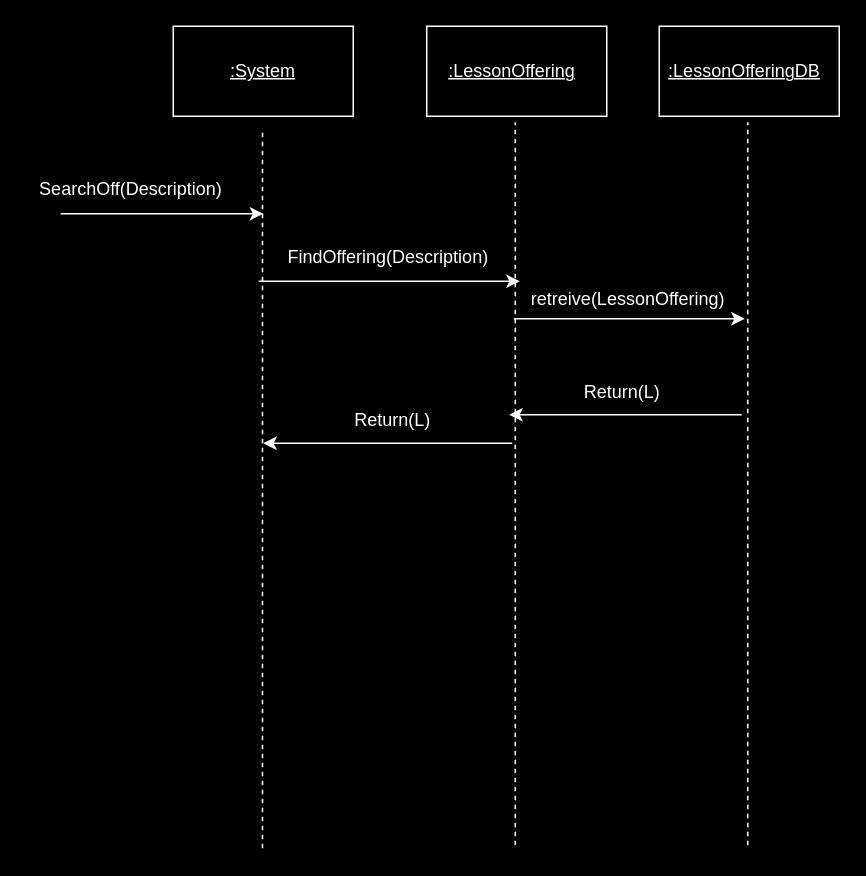
Above: ss_SearchOffering.drawio in matdavid7272/342project (draw.io), before the change. Source tidied: cells renumbered, new cells numbered last; positions are measured from the earlier drawing's top-left corner, leaving out a move shared by most shapes. Both pictures are drawn from the tidied source at 150%, with x=0, y=0 at pixel (26, 26).
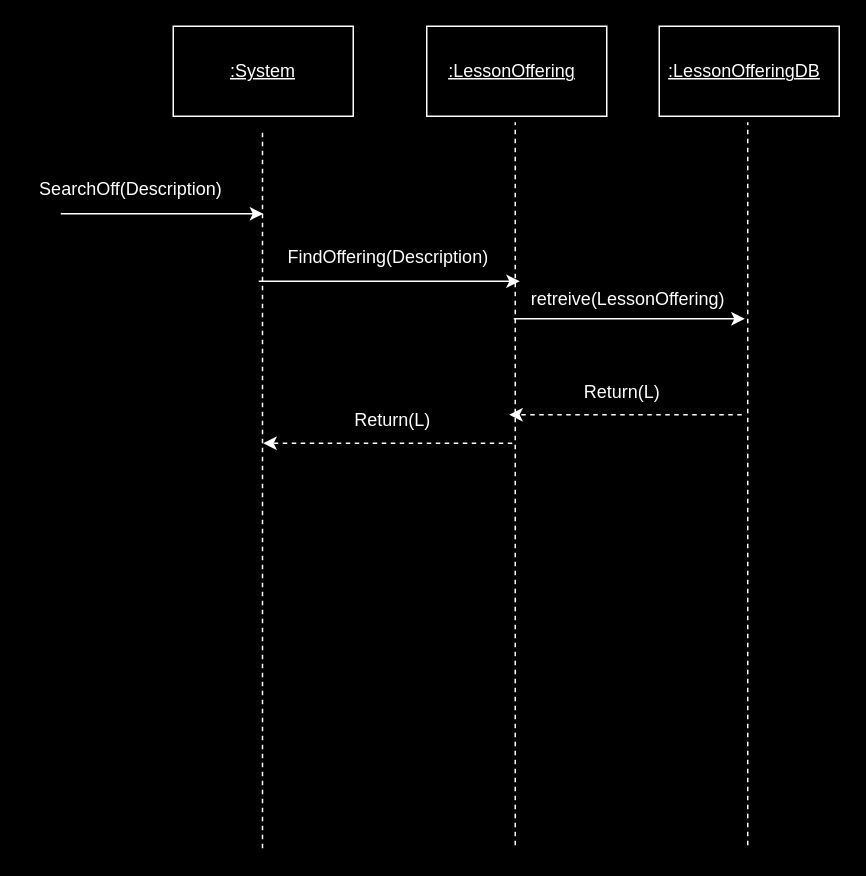
The same page after the edit.

Diff of the diagram source:
```diff
@@
-    <mxCell id="18" style="endArrow=classic;html=1;rounded=0;strokeColor=#FFFFFF;" parent="1" edge="1">
+    <mxCell id="18" style="endArrow=classic;html=1;rounded=0;strokeColor=#FFFFFF;dashed=1;" parent="1" edge="1">
       <mxGeometry relative="1" as="geometry">
         <mxPoint x="477" y="259" as="sourcePoint" />
         <mxPoint x="322" y="259" as="targetPoint" />
       </mxGeometry>
     </mxCell>
@@
-    <mxCell id="20" style="endArrow=classic;html=1;rounded=0;strokeColor=#FFFFFF;" parent="1" edge="1">
+    <mxCell id="20" style="endArrow=classic;html=1;rounded=0;strokeColor=#FFFFFF;dashed=1;" parent="1" edge="1">
       <mxGeometry relative="1" as="geometry">
         <mxPoint x="324" y="278" as="sourcePoint" />
         <mxPoint x="158" y="278" as="targetPoint" />
       </mxGeometry>
     </mxCell>
```
